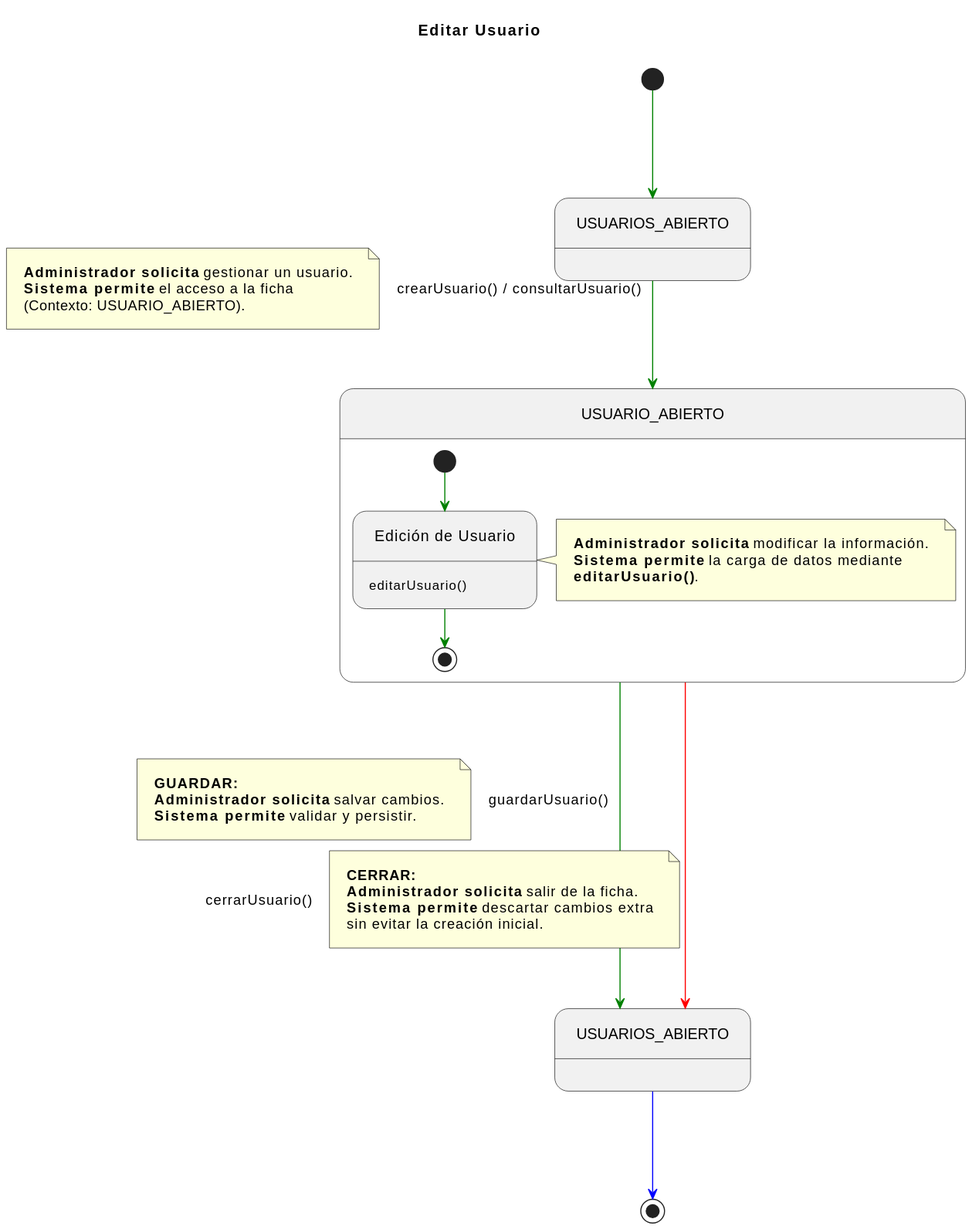
jerdier/25-26-idsw2-sdVC keeps this PlantUML diagram as documents/requisitado/02-detalle/Administrador/editarUsuario.svg. Above is the earlier version.
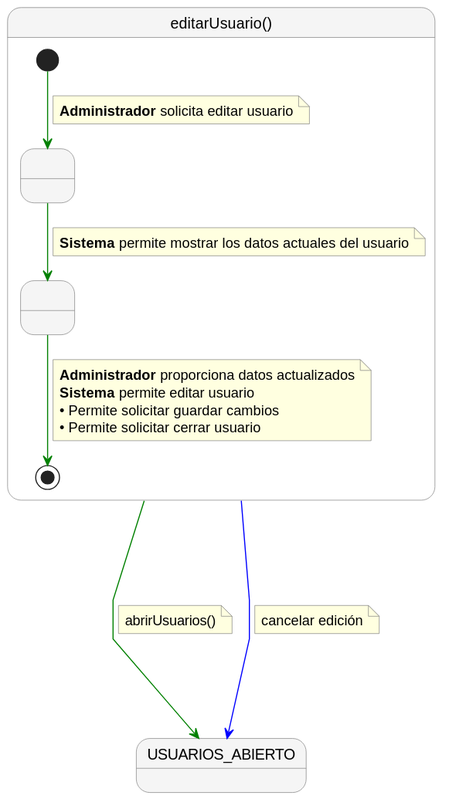
After the change.

Diff of the diagram source:
```diff
@@ -1,54 +1,46 @@
 @startuml
-title Editar Usuario
+skinparam nodesep 60
+skinparam ranksep 60
+skinparam linetype polyline
+skinparam NoteBackgroundColor lightyellow
+skinparam NoteBorderColor gray
+skinparam StateBackgroundColor #F5F5F5
+skinparam StateBorderColor gray
 
-skinparam nodesep 100
-skinparam ranksep 100
-skinparam linetype ortho
-skinparam Padding 10
+state "editarUsuario()" as editarUsuario {
 
-state USUARIOS_ABIERTO_LISTADO    as "USUARIOS_ABIERTO"
-state USUARIO_ABIERTO_COMP        as "USUARIO_ABIERTO"
-state USUARIOS_ABIERTO_FINAL      as "USUARIOS_ABIERTO"
+    state " " as Paso1
+    state " " as Paso2
 
-[*] -[#green]-> USUARIOS_ABIERTO_LISTADO
+    [*] -[#green]-> Paso1
+    note on link
+      <b>Administrador</b> solicita editar usuario
+    end note
 
-USUARIOS_ABIERTO_LISTADO -[#green]-> USUARIO_ABIERTO_COMP : crearUsuario() / consultarUsuario()
-note left on link
-    <b>Administrador solicita</b> gestionar un usuario.
-    <b>Sistema permite</b> el acceso a la ficha
-    (Contexto: USUARIO_ABIERTO).
+    Paso1 -[#green]-> Paso2
+    note on link
+      <b>Sistema</b> permite mostrar los datos actuales del usuario
+    end note
+
+    Paso2 -[#green]-> [*]
+    note on link
+      <b>Administrador</b> proporciona datos actualizados
+      <b>Sistema</b> permite editar usuario
+      • Permite solicitar guardar cambios
+      • Permite solicitar cerrar usuario
+    end note
+}
+
+
+state "USUARIOS_ABIERTO" as USUARIOS_ABIERTO
+
+editarUsuario -[#green]---> USUARIOS_ABIERTO
+note right on link
+  abrirUsuarios()
 end note
 
-state USUARIO_ABIERTO_COMP {
-    state ModificacionDatos as "Edición de Usuario"
-
-    ModificacionDatos : editarUsuario()
-
-    [*] -[#green]-> ModificacionDatos
-
-    note right of ModificacionDatos
-        <b>Administrador solicita</b> modificar la información.
-        <b>Sistema permite</b> la carga de datos mediante
-        **editarUsuario()**.
-    end note
-
-    ModificacionDatos -[#green]-> [*]
-}
-
-USUARIO_ABIERTO_COMP -[#green]---> USUARIOS_ABIERTO_FINAL : guardarUsuario()
-note left on link
-    <b>GUARDAR:</b>
-    <b>Administrador solicita</b> salvar cambios.
-    <b>Sistema permite</b> validar y persistir.
+editarUsuario -[#blue]---> USUARIOS_ABIERTO
+note right on link
+  cancelar edición
 end note
-
-USUARIO_ABIERTO_COMP -[#red]---> USUARIOS_ABIERTO_FINAL : cerrarUsuario()
-note right on link
-    <b>CERRAR:</b>
-    <b>Administrador solicita</b> salir de la ficha.
-    <b>Sistema permite</b> descartar cambios extra
-    sin evitar la creación inicial.
-end note
-
-USUARIOS_ABIERTO_FINAL -[#blue]-> [*]
 @enduml
```
